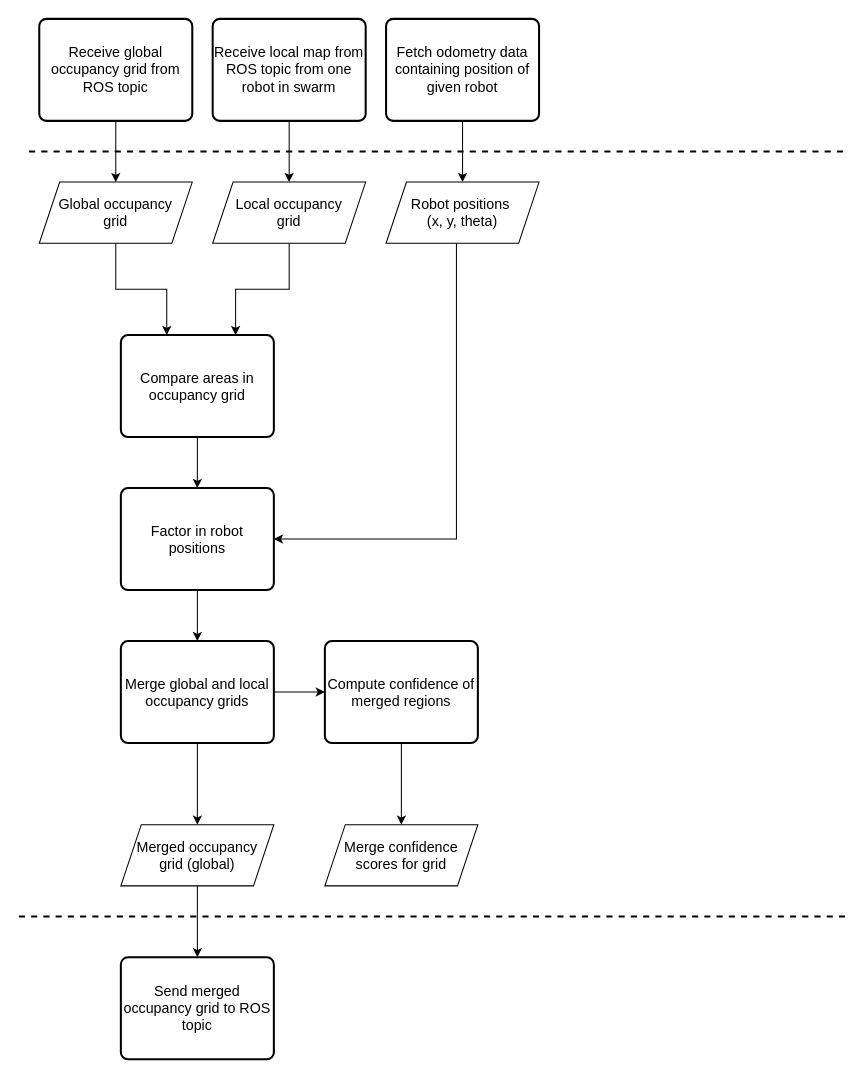
Before: robot_network/resource/swarm_map_processor.drawio in Jakuko99/robot-node-ros2, a draw.io diagram. Source tidied: cells renumbered, new cells numbered last; positions are measured from the earlier drawing's top-left corner, leaving out a move shared by most shapes. Both pictures are drawn from the tidied source at 102%, with x=0, y=0 at pixel (18, 18).
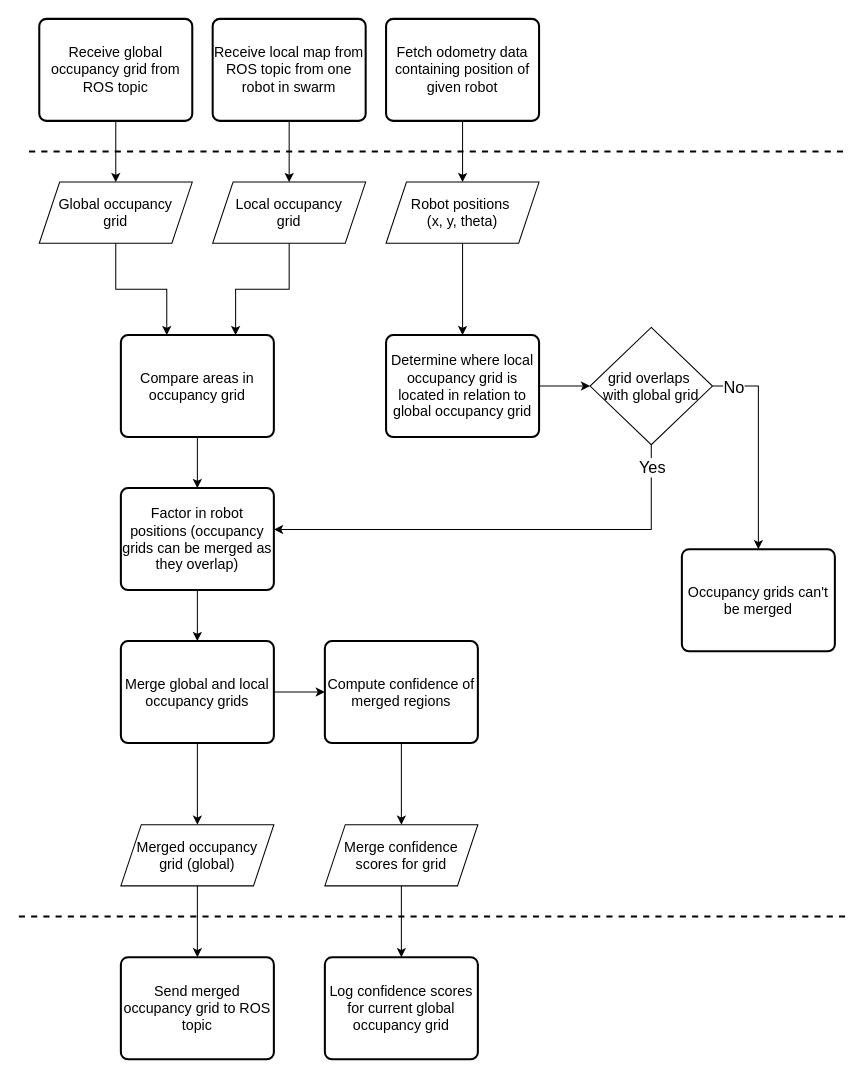
After the change.

Commit message (it also covers changes not shown here):
add diagram for other model

Unchanged cells that the change refers to:
```xml
<mxCell id="6" value="&lt;div&gt;&lt;font style=&quot;font-size: 14px;&quot;&gt;Robot positions&amp;nbsp;&lt;/font&gt;&lt;/div&gt;&lt;div&gt;&lt;font style=&quot;font-size: 14px;&quot;&gt;(x, y, theta)&lt;/font&gt;&lt;/div&gt;" style="shape=parallelogram;perimeter=parallelogramPerimeter;whiteSpace=wrap;html=1;fixedSize=1;" parent="1" vertex="1">
  <mxGeometry x="360" y="160" width="150" height="60" as="geometry" />
</mxCell>
<mxCell id="9" value="&lt;font style=&quot;font-size: 14px;&quot;&gt;Merge confidence scores for grid&lt;/font&gt;" style="shape=parallelogram;perimeter=parallelogramPerimeter;whiteSpace=wrap;html=1;fixedSize=1;" parent="1" vertex="1">
  <mxGeometry x="300" y="790" width="150" height="60" as="geometry" />
</mxCell>
```

The edit, as a diff of the source:
```diff
@@
-    <mxCell id="5" style="edgeStyle=orthogonalEdgeStyle;rounded=0;jettySize=auto;html=1;entryX=1;entryY=0.5;entryDx=0;entryDy=0;exitX=0.46;exitY=1;exitDx=0;exitDy=0;exitPerimeter=0;" parent="1" edge="1" source="6" target="14">
-      <mxGeometry relative="1" as="geometry" />
-    </mxCell>
+    <mxCell id="29" style="edgeStyle=orthogonalEdgeStyle;rounded=0;jettySize=auto;html=1;" parent="1" edge="1" source="6" target="32">
+      <mxGeometry relative="1" as="geometry" />
+    </mxCell>
@@
+    <mxCell id="30" style="edgeStyle=orthogonalEdgeStyle;rounded=0;jettySize=auto;html=1;" parent="1" edge="1" source="9" target="39">
+      <mxGeometry relative="1" as="geometry" />
+    </mxCell>
@@
-    <mxCell id="14" value="&lt;font style=&quot;font-size: 14px;&quot;&gt;Factor in robot positions&lt;/font&gt;" style="rounded=1;whiteSpace=wrap;html=1;absoluteArcSize=1;arcSize=14;strokeWidth=2;" parent="1" vertex="1">
+    <mxCell id="14" value="&lt;font style=&quot;font-size: 14px;&quot;&gt;Factor in robot positions&amp;nbsp;(occupancy grids can be merged as they overlap)&lt;/font&gt;" style="rounded=1;whiteSpace=wrap;html=1;absoluteArcSize=1;arcSize=14;strokeWidth=2;" parent="1" vertex="1">
       <mxGeometry x="100" y="460" width="150" height="100" as="geometry" />
     </mxCell>
@@
+    <mxCell id="31" style="edgeStyle=orthogonalEdgeStyle;rounded=0;jettySize=auto;html=1;" parent="1" edge="1" source="32" target="35">
+      <mxGeometry relative="1" as="geometry" />
+    </mxCell>
+    <mxCell id="32" value="&lt;font style=&quot;font-size: 14px;&quot;&gt;Determine where local occupancy grid is located in relation to global occupancy grid&lt;/font&gt;" style="rounded=1;whiteSpace=wrap;html=1;absoluteArcSize=1;arcSize=14;strokeWidth=2;" parent="1" vertex="1">
+      <mxGeometry x="360" y="310" width="150" height="100" as="geometry" />
+    </mxCell>
+    <mxCell id="33" style="edgeStyle=orthogonalEdgeStyle;rounded=0;jettySize=auto;html=1;" parent="1" edge="1" source="35" target="38">
+      <mxGeometry relative="1" as="geometry">
+        <Array as="points">
+          <mxPoint x="725" y="360" />
+        </Array>
+      </mxGeometry>
+    </mxCell>
+    <mxCell id="34" value="No" style="edgeLabel;html=1;align=center;verticalAlign=middle;fontSize=16;fontStyle=0;" parent="33" vertex="1">
+      <mxGeometry x="0.21" y="4" relative="1" as="geometry">
+        <mxPoint x="-29" y="-79" as="offset" />
+      </mxGeometry>
+    </mxCell>
+    <mxCell id="35" value="&lt;div&gt;&lt;font style=&quot;font-size: 14px;&quot;&gt;grid overlaps&amp;nbsp;&lt;/font&gt;&lt;/div&gt;&lt;div&gt;&lt;font style=&quot;font-size: 14px;&quot;&gt;with global grid&lt;/font&gt;&lt;/div&gt;" style="rhombus;whiteSpace=wrap;html=1;" parent="1" vertex="1">
+      <mxGeometry x="560" y="302.5" width="120" height="115" as="geometry" />
+    </mxCell>
+    <mxCell id="36" style="edgeStyle=orthogonalEdgeStyle;rounded=0;jettySize=auto;html=1;entryX=1.001;entryY=0.406;entryDx=0;entryDy=0;entryPerimeter=0;" parent="1" edge="1" source="35" target="14">
+      <mxGeometry relative="1" as="geometry">
+        <Array as="points">
+          <mxPoint x="620" y="501" />
+        </Array>
+      </mxGeometry>
+    </mxCell>
+    <mxCell id="37" value="&lt;font&gt;Yes&lt;/font&gt;" style="edgeLabel;html=1;align=center;verticalAlign=middle;fontSize=16;" parent="36" vertex="1">
+      <mxGeometry x="-0.16" y="1" relative="1" as="geometry">
+        <mxPoint x="107" y="-62" as="offset" />
+      </mxGeometry>
+    </mxCell>
+    <mxCell id="38" value="&lt;font style=&quot;font-size: 14px;&quot;&gt;Occupancy grids can't be merged&lt;/font&gt;" style="rounded=1;whiteSpace=wrap;html=1;absoluteArcSize=1;arcSize=14;strokeWidth=2;" parent="1" vertex="1">
+      <mxGeometry x="650" y="520" width="150" height="100" as="geometry" />
+    </mxCell>
+    <mxCell id="39" value="&lt;font style=&quot;font-size: 14px;&quot;&gt;Log confidence scores for current global occupancy grid&lt;/font&gt;" style="rounded=1;whiteSpace=wrap;html=1;absoluteArcSize=1;arcSize=14;strokeWidth=2;" parent="1" vertex="1">
+      <mxGeometry x="300" y="920" width="150" height="100" as="geometry" />
+    </mxCell>
```
